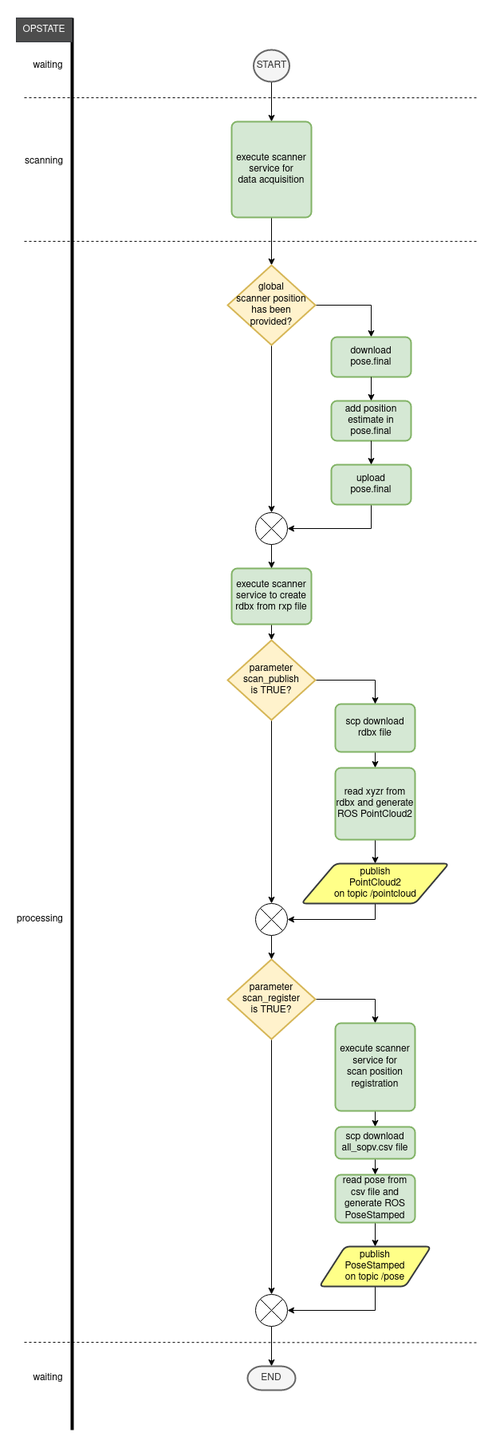
Before: riegl_vz/img/scan.png, a diagram exported from draw.io (riegllms/ros-riegl-vz). Source tidied: cells renumbered, new cells last; positions are measured from the earlier drawing's top-left corner, leaving out a move shared by most shapes.
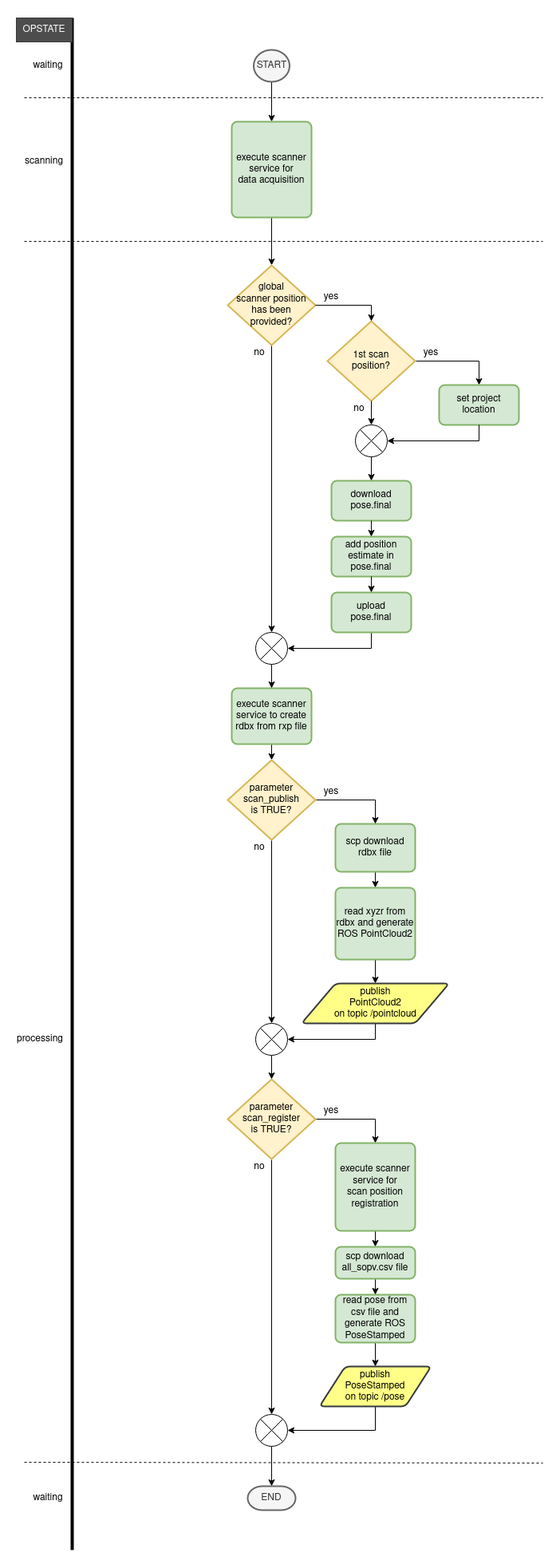
The same diagram one commit later.

Change to the diagram source:
```diff
@@ -9,7 +9,7 @@
       <mxGeometry relative="1" as="geometry" />
     </mxCell>
     <mxCell id="4" value="&lt;div&gt;execute scanner service for &lt;br&gt;&lt;/div&gt;&lt;div&gt;data acquisition&lt;/div&gt;" style="rounded=1;whiteSpace=wrap;html=1;absoluteArcSize=1;arcSize=14;strokeWidth=2;fillColor=#d5e8d4;strokeColor=#82b366;" parent="1" vertex="1">
-      <mxGeometry x="270" y="130" width="100" height="120" as="geometry" />
+      <mxGeometry x="270" y="-20" width="100" height="120" as="geometry" />
     </mxCell>
     <mxCell id="5" style="endArrow=none;html=1;strokeWidth=4;entryX=1;entryY=0;entryDx=0;entryDy=0;" parent="1" edge="1" target="41">
       <mxGeometry relative="1" as="geometry">
@@ -17,10 +17,10 @@
       </mxGeometry>
     </mxCell>
     <mxCell id="6" value="waiting" style="text;html=1;strokeColor=none;fillColor=none;align=center;verticalAlign=middle;whiteSpace=wrap;rounded=0;" parent="1" vertex="1">
-      <mxGeometry x="20" y="50" width="40" height="20" as="geometry" />
+      <mxGeometry x="20" y="-100" width="40" height="20" as="geometry" />
     </mxCell>
     <mxCell id="7" value="scanning" style="text;html=1;strokeColor=none;fillColor=none;align=center;verticalAlign=middle;whiteSpace=wrap;rounded=0;" parent="1" vertex="1">
-      <mxGeometry x="10" y="170" width="50" height="20" as="geometry" />
+      <mxGeometry x="10" y="20" width="50" height="20" as="geometry" />
     </mxCell>
     <mxCell id="8" style="edgeStyle=orthogonalEdgeStyle;rounded=0;jettySize=auto;html=1;exitX=0.5;exitY=1;exitDx=0;exitDy=0;entryX=0.5;entryY=0;entryDx=0;entryDy=0;entryPerimeter=0;" parent="1" edge="1" source="9" target="14">
       <mxGeometry relative="1" as="geometry" />
@@ -59,8 +59,8 @@
     </mxCell>
     <mxCell id="18" style="endArrow=none;dashed=1;html=1;" parent="1" edge="1">
       <mxGeometry relative="1" as="geometry">
-        <mxPoint x="10" y="280" as="sourcePoint" />
-        <mxPoint x="580" y="280.1" as="targetPoint" />
+        <mxPoint x="10" y="130" as="sourcePoint" />
+        <mxPoint x="660" y="130" as="targetPoint" />
       </mxGeometry>
     </mxCell>
     <mxCell id="19" value="processing" style="text;html=1;strokeColor=none;fillColor=none;align=center;verticalAlign=middle;whiteSpace=wrap;rounded=0;" parent="1" vertex="1">
@@ -114,19 +114,19 @@
     <mxCell id="35" style="endArrow=none;dashed=1;html=1;" parent="1" edge="1">
       <mxGeometry relative="1" as="geometry">
         <mxPoint x="10" y="1660" as="sourcePoint" />
-        <mxPoint x="580" y="1660.5" as="targetPoint" />
+        <mxPoint x="660" y="1661" as="targetPoint" />
       </mxGeometry>
     </mxCell>
     <mxCell id="36" value="END" style="strokeWidth=2;html=1;shape=mxgraph.flowchart.terminator;whiteSpace=wrap;fillColor=#f5f5f5;strokeColor=#666666;fontColor=#333333;" parent="1" vertex="1">
       <mxGeometry x="290" y="1690" width="60" height="30" as="geometry" />
     </mxCell>
     <mxCell id="37" value="START" style="strokeWidth=2;html=1;shape=mxgraph.flowchart.start_2;whiteSpace=wrap;fillColor=#f5f5f5;strokeColor=#666666;fontColor=#333333;" parent="1" vertex="1">
-      <mxGeometry x="297.5" y="40" width="45" height="40" as="geometry" />
+      <mxGeometry x="297.5" y="-110" width="45" height="40" as="geometry" />
     </mxCell>
     <mxCell id="38" style="endArrow=none;dashed=1;html=1;" parent="1" edge="1">
       <mxGeometry relative="1" as="geometry">
-        <mxPoint x="10" y="100" as="sourcePoint" />
-        <mxPoint x="580" y="100.1" as="targetPoint" />
+        <mxPoint x="10" y="-50" as="sourcePoint" />
+        <mxPoint x="660" y="-50" as="targetPoint" />
       </mxGeometry>
     </mxCell>
     <mxCell id="39" value="&lt;div&gt;publish&lt;/div&gt;&lt;div&gt;PointCloud2&lt;/div&gt;&lt;div&gt;on topic /pointcloud&lt;br&gt;&lt;/div&gt;" style="shape=parallelogram;html=1;strokeWidth=2;perimeter=parallelogramPerimeter;whiteSpace=wrap;rounded=1;arcSize=12;size=0.23;fillColor=#ffff88;strokeColor=#36393d;" parent="1" vertex="1">
@@ -136,19 +136,19 @@
       <mxGeometry x="380" y="1540" width="140" height="50" as="geometry" />
     </mxCell>
     <mxCell id="41" value="OPSTATE" style="rounded=0;whiteSpace=wrap;html=1;strokeColor=#36393d;fillColor=#4D4D4D;fontColor=#FFFFFF;" parent="1" vertex="1">
-      <mxGeometry width="70" height="30" as="geometry" />
+      <mxGeometry y="-150" width="70" height="30" as="geometry" />
     </mxCell>
     <mxCell id="42" value="add position estimate in pose.final" style="rounded=1;whiteSpace=wrap;html=1;absoluteArcSize=1;arcSize=14;strokeWidth=2;fillColor=#d5e8d4;strokeColor=#82b366;" parent="1" vertex="1">
-      <mxGeometry x="395" y="480" width="100" height="50" as="geometry" />
+      <mxGeometry x="395" y="500" width="100" height="50" as="geometry" />
     </mxCell>
-    <mxCell id="43" style="edgeStyle=orthogonalEdgeStyle;rounded=0;jettySize=auto;html=1;exitX=1;exitY=0.5;exitDx=0;exitDy=0;exitPerimeter=0;entryX=0.5;entryY=0;entryDx=0;entryDy=0;" parent="1" edge="1" source="45" target="49">
+    <mxCell id="43" style="edgeStyle=orthogonalEdgeStyle;rounded=0;jettySize=auto;html=1;exitX=1;exitY=0.5;exitDx=0;exitDy=0;exitPerimeter=0;startArrow=none;entryX=0.5;entryY=0;entryDx=0;entryDy=0;" parent="1" edge="1" source="53" target="54">
       <mxGeometry relative="1" as="geometry" />
     </mxCell>
     <mxCell id="44" style="edgeStyle=orthogonalEdgeStyle;rounded=0;jettySize=auto;html=1;exitX=0.5;exitY=1;exitDx=0;exitDy=0;exitPerimeter=0;" parent="1" edge="1" source="45" target="47">
       <mxGeometry relative="1" as="geometry" />
     </mxCell>
     <mxCell id="45" value="&lt;div&gt;global &lt;br&gt;&lt;/div&gt;&lt;div&gt;scanner position has been&lt;/div&gt;&lt;div&gt;provided?&lt;/div&gt;" style="strokeWidth=2;html=1;shape=mxgraph.flowchart.decision;whiteSpace=wrap;fillColor=#fff2cc;strokeColor=#d6b656;" parent="1" vertex="1">
-      <mxGeometry x="265" y="310" width="110" height="100" as="geometry" />
+      <mxGeometry x="265" y="160" width="110" height="100" as="geometry" />
     </mxCell>
     <mxCell id="46" style="edgeStyle=orthogonalEdgeStyle;rounded=0;jettySize=auto;html=1;exitX=0.5;exitY=1;exitDx=0;exitDy=0;entryX=1;entryY=0.5;entryDx=0;entryDy=0;entryPerimeter=0;" parent="1" edge="1" source="50" target="47">
       <mxGeometry relative="1" as="geometry">
@@ -166,20 +166,69 @@
       </mxGeometry>
     </mxCell>
     <mxCell id="49" value="&lt;div&gt;download&lt;/div&gt;&lt;div&gt;pose.final&lt;br&gt;&lt;/div&gt;" style="rounded=1;whiteSpace=wrap;html=1;absoluteArcSize=1;arcSize=14;strokeWidth=2;fillColor=#d5e8d4;strokeColor=#82b366;" parent="1" vertex="1">
-      <mxGeometry x="395" y="400" width="100" height="50" as="geometry" />
+      <mxGeometry x="395" y="430" width="100" height="50" as="geometry" />
     </mxCell>
     <mxCell id="50" value="&lt;div&gt;upload&lt;/div&gt;&lt;div&gt;pose.final&lt;br&gt;&lt;/div&gt;" style="rounded=1;whiteSpace=wrap;html=1;absoluteArcSize=1;arcSize=14;strokeWidth=2;fillColor=#d5e8d4;strokeColor=#82b366;" parent="1" vertex="1">
-      <mxGeometry x="395" y="560" width="100" height="50" as="geometry" />
+      <mxGeometry x="395" y="570" width="100" height="50" as="geometry" />
     </mxCell>
-    <mxCell id="51" style="edgeStyle=orthogonalEdgeStyle;rounded=0;jettySize=auto;html=1;exitX=0.5;exitY=1;exitDx=0;exitDy=0;" parent="1" edge="1" source="49">
-      <mxGeometry relative="1" as="geometry">
-        <mxPoint x="445" y="480" as="targetPoint" />
-      </mxGeometry>
+    <mxCell id="51" style="edgeStyle=orthogonalEdgeStyle;rounded=0;jettySize=auto;html=1;exitX=0.5;exitY=1;exitDx=0;exitDy=0;entryX=0.5;entryY=0;entryDx=0;entryDy=0;" parent="1" edge="1" source="49" target="42">
+      <mxGeometry relative="1" as="geometry" />
     </mxCell>
-    <mxCell id="52" style="edgeStyle=orthogonalEdgeStyle;rounded=0;jettySize=auto;html=1;exitX=0.5;exitY=1;exitDx=0;exitDy=0;" parent="1" edge="1" source="42">
-      <mxGeometry relative="1" as="geometry">
-        <mxPoint x="445" y="560" as="targetPoint" />
-      </mxGeometry>
+    <mxCell id="52" style="edgeStyle=orthogonalEdgeStyle;rounded=0;jettySize=auto;html=1;exitX=0.5;exitY=1;exitDx=0;exitDy=0;entryX=0.5;entryY=0;entryDx=0;entryDy=0;" parent="1" edge="1" source="42" target="50">
+      <mxGeometry relative="1" as="geometry" />
     </mxCell>
+    <mxCell id="53" value="&lt;div&gt;1st scan &lt;br&gt;&lt;/div&gt;&lt;div&gt;position?&lt;/div&gt;" style="strokeWidth=2;html=1;shape=mxgraph.flowchart.decision;whiteSpace=wrap;fillColor=#fff2cc;strokeColor=#d6b656;" parent="1" vertex="1">
+      <mxGeometry x="390" y="230" width="110" height="100" as="geometry" />
+    </mxCell>
+    <mxCell id="54" value="set project location" style="rounded=1;whiteSpace=wrap;html=1;absoluteArcSize=1;arcSize=14;strokeWidth=2;fillColor=#d5e8d4;strokeColor=#82b366;" parent="1" vertex="1">
+      <mxGeometry x="530" y="310" width="100" height="50" as="geometry" />
+    </mxCell>
+    <mxCell id="55" style="verticalLabelPosition=bottom;verticalAlign=top;html=1;shape=mxgraph.flowchart.or;" parent="1" vertex="1">
+      <mxGeometry x="425" y="360" width="40" height="40" as="geometry" />
+    </mxCell>
+    <mxCell id="56" style="endArrow=classic;html=1;exitX=1;exitY=0.5;exitDx=0;exitDy=0;exitPerimeter=0;entryX=0.5;entryY=0;entryDx=0;entryDy=0;entryPerimeter=0;rounded=0;" parent="1" edge="1" source="45" target="53">
+      <mxGeometry relative="1" as="geometry">
+        <Array as="points">
+          <mxPoint x="445" y="210" />
+        </Array>
+      </mxGeometry>
+    </mxCell>
+    <mxCell id="57" style="endArrow=classic;html=1;rounded=0;entryX=1;entryY=0.5;entryDx=0;entryDy=0;entryPerimeter=0;exitX=0.5;exitY=1;exitDx=0;exitDy=0;" parent="1" edge="1" source="54" target="55">
+      <mxGeometry relative="1" as="geometry">
+        <Array as="points">
+          <mxPoint x="580" y="380" />
+        </Array>
+      </mxGeometry>
+    </mxCell>
+    <mxCell id="58" style="endArrow=classic;html=1;exitX=0.5;exitY=1;exitDx=0;exitDy=0;exitPerimeter=0;" parent="1" edge="1" source="53" target="55">
+      <mxGeometry relative="1" as="geometry" />
+    </mxCell>
+    <mxCell id="59" style="endArrow=classic;html=1;exitX=0.5;exitY=1;exitDx=0;exitDy=0;exitPerimeter=0;entryX=0.5;entryY=0;entryDx=0;entryDy=0;" parent="1" edge="1" source="55" target="49">
+      <mxGeometry relative="1" as="geometry" />
+    </mxCell>
+    <mxCell id="60" value="yes" style="text;html=1;strokeColor=none;fillColor=none;align=center;verticalAlign=middle;whiteSpace=wrap;rounded=0;" parent="1" vertex="1">
+      <mxGeometry x="375" y="810" width="40" height="20" as="geometry" />
+    </mxCell>
+    <mxCell id="61" value="yes" style="text;html=1;strokeColor=none;fillColor=none;align=center;verticalAlign=middle;whiteSpace=wrap;rounded=0;" parent="1" vertex="1">
+      <mxGeometry x="375" y="1210" width="40" height="20" as="geometry" />
+    </mxCell>
+    <mxCell id="62" value="yes" style="text;html=1;strokeColor=none;fillColor=none;align=center;verticalAlign=middle;whiteSpace=wrap;rounded=0;" parent="1" vertex="1">
+      <mxGeometry x="500" y="260" width="40" height="20" as="geometry" />
+    </mxCell>
+    <mxCell id="63" value="yes" style="text;html=1;strokeColor=none;fillColor=none;align=center;verticalAlign=middle;whiteSpace=wrap;rounded=0;" parent="1" vertex="1">
+      <mxGeometry x="375" y="190" width="40" height="20" as="geometry" />
+    </mxCell>
+    <mxCell id="64" value="no" style="text;html=1;strokeColor=none;fillColor=none;align=center;verticalAlign=middle;whiteSpace=wrap;rounded=0;" parent="1" vertex="1">
+      <mxGeometry x="285" y="260" width="40" height="20" as="geometry" />
+    </mxCell>
+    <mxCell id="65" value="no" style="text;html=1;strokeColor=none;fillColor=none;align=center;verticalAlign=middle;whiteSpace=wrap;rounded=0;" parent="1" vertex="1">
+      <mxGeometry x="410" y="330" width="40" height="20" as="geometry" />
+    </mxCell>
+    <mxCell id="66" value="no" style="text;html=1;strokeColor=none;fillColor=none;align=center;verticalAlign=middle;whiteSpace=wrap;rounded=0;" parent="1" vertex="1">
+      <mxGeometry x="285" y="880" width="40" height="20" as="geometry" />
+    </mxCell>
+    <mxCell id="67" value="no" style="text;html=1;strokeColor=none;fillColor=none;align=center;verticalAlign=middle;whiteSpace=wrap;rounded=0;" parent="1" vertex="1">
+      <mxGeometry x="285" y="1280" width="40" height="20" as="geometry" />
+    </mxCell>
   </root>
 </mxGraphModel>
```
